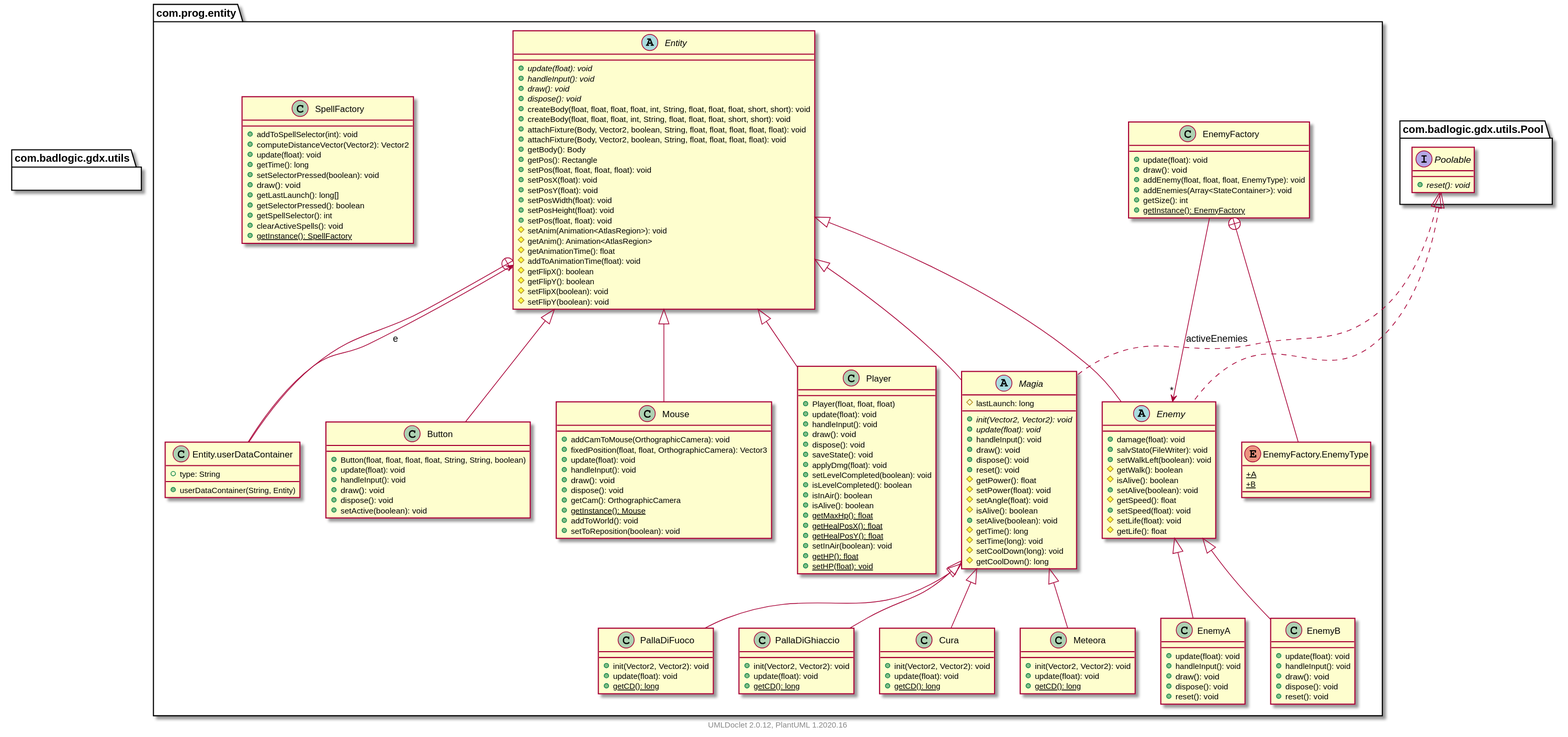
The PlantUML diagram core/build/docs/javadoc/uml/com/prog/entity/package.svg in Garma00/Evilian, before a commit. Source of this version:
```plantuml
@startuml
    namespace com.prog.entity {

        class Button [[file:/C:/Users/Utente/Desktop/Evilian/core/build/docs/javadoc/com/prog/entity/Button.html]] {
            +Button(float, float, float, float, String, String, boolean)
            +update(float): void
            +handleInput(): void
            +draw(): void
            +dispose(): void
            +setActive(boolean): void
        }

        class Cura [[file:/C:/Users/Utente/Desktop/Evilian/core/build/docs/javadoc/com/prog/entity/Cura.html]] {
            +init(Vector2, Vector2): void
            +update(float): void
            {static} +getCD(): long
        }

        abstract class Enemy [[file:/C:/Users/Utente/Desktop/Evilian/core/build/docs/javadoc/com/prog/entity/Enemy.html]] {
            +damage(float): void
            +salvStato(FileWriter): void
            +setWalkLeft(boolean): void
            #getWalk(): boolean
            #isAlive(): boolean
            +setAlive(boolean): void
            #getSpeed(): float
            +setSpeed(float): void
            #setLife(float): void
            #getLife(): float
        }

        class EnemyA [[file:/C:/Users/Utente/Desktop/Evilian/core/build/docs/javadoc/com/prog/entity/EnemyA.html]] {
            +update(float): void
            +handleInput(): void
            +draw(): void
            +dispose(): void
            +reset(): void
        }

        class EnemyB [[file:/C:/Users/Utente/Desktop/Evilian/core/build/docs/javadoc/com/prog/entity/EnemyB.html]] {
            +update(float): void
            +handleInput(): void
            +draw(): void
            +dispose(): void
            +reset(): void
        }

        class EnemyFactory [[file:/C:/Users/Utente/Desktop/Evilian/core/build/docs/javadoc/com/prog/entity/EnemyFactory.html]] {
            +update(float): void
            +draw(): void
            +addEnemy(float, float, float, EnemyType): void
            +addEnemies(Array<StateContainer>): void
            +getSize(): int
            {static} +getInstance(): EnemyFactory
        }

        enum com.prog.entity.EnemyFactory.EnemyType [[file:/C:/Users/Utente/Desktop/Evilian/core/build/docs/javadoc/com/prog/entity/EnemyFactory.EnemyType.html]] {
            {static} +A
            {static} +B
        }

        abstract class Entity [[file:/C:/Users/Utente/Desktop/Evilian/core/build/docs/javadoc/com/prog/entity/Entity.html]] {
            {abstract} +update(float): void
            {abstract} +handleInput(): void
            {abstract} +draw(): void
            {abstract} +dispose(): void
            +createBody(float, float, float, float, int, String, float, float, float, short, short): void
            +createBody(float, float, float, int, String, float, float, float, short, short): void
            +attachFixture(Body, Vector2, boolean, String, float, float, float, float, float): void
            +attachFixture(Body, Vector2, boolean, String, float, float, float, float): void
            +getBody(): Body
            +getPos(): Rectangle
            +setPos(float, float, float, float): void
            +setPosX(float): void
            +setPosY(float): void
            +setPosWidth(float): void
            +setPosHeight(float): void
            +setPos(float, float): void
            #setAnim(Animation<AtlasRegion>): void
            #getAnim(): Animation<AtlasRegion>
            #getAnimationTime(): float
            #addToAnimationTime(float): void
            #getFlipX(): boolean
            #getFlipY(): boolean
            #setFlipX(boolean): void
            #setFlipY(boolean): void
        }

        class com.prog.entity.Entity.userDataContainer [[file:/C:/Users/Utente/Desktop/Evilian/core/build/docs/javadoc/com/prog/entity/Entity.userDataContainer.html]] {
            +type: String
            +userDataContainer(String, Entity)
        }

        abstract class Magia [[file:/C:/Users/Utente/Desktop/Evilian/core/build/docs/javadoc/com/prog/entity/Magia.html]] {
            #lastLaunch: long
            {abstract} +init(Vector2, Vector2): void
            {abstract} +update(float): void
            +handleInput(): void
            +draw(): void
            +dispose(): void
            +reset(): void
            #getPower(): float
            #setPower(float): void
            #setAngle(float): void
            #isAlive(): boolean
            +setAlive(boolean): void
            #getTime(): long
            #setTime(long): void
            #setCoolDown(long): void
            #getCoolDown(): long
        }

        class Meteora [[file:/C:/Users/Utente/Desktop/Evilian/core/build/docs/javadoc/com/prog/entity/Meteora.html]] {
            +init(Vector2, Vector2): void
            +update(float): void
            {static} +getCD(): long
        }

        class Mouse [[file:/C:/Users/Utente/Desktop/Evilian/core/build/docs/javadoc/com/prog/entity/Mouse.html]] {
            +addCamToMouse(OrthographicCamera): void
            +fixedPosition(float, float, OrthographicCamera): Vector3
            +update(float): void
            +handleInput(): void
            +draw(): void
            +dispose(): void
            +getCam(): OrthographicCamera
            {static} +getInstance(): Mouse
            +addToWorld(): void
            +setToReposition(boolean): void
        }

        class PallaDiFuoco [[file:/C:/Users/Utente/Desktop/Evilian/core/build/docs/javadoc/com/prog/entity/PallaDiFuoco.html]] {
            +init(Vector2, Vector2): void
            +update(float): void
            {static} +getCD(): long
        }

        class PallaDiGhiaccio [[file:/C:/Users/Utente/Desktop/Evilian/core/build/docs/javadoc/com/prog/entity/PallaDiGhiaccio.html]] {
            +init(Vector2, Vector2): void
            +update(float): void
            {static} +getCD(): long
        }

        class Player [[file:/C:/Users/Utente/Desktop/Evilian/core/build/docs/javadoc/com/prog/entity/Player.html]] {
            +Player(float, float, float)
            +update(float): void
            +handleInput(): void
            +draw(): void
            +dispose(): void
            +saveState(): void
            +applyDmg(float): void
            +setLevelCompleted(boolean): void
            +isLevelCompleted(): boolean
            +isInAir(): boolean
            +isAlive(): boolean
            {static} +getMaxHp(): float
            {static} +getHealPosX(): float
            {static} +getHealPosY(): float
            +setInAir(boolean): void
            {static} +getHP(): float
            {static} +setHP(float): void
        }

        class SpellFactory [[file:/C:/Users/Utente/Desktop/Evilian/core/build/docs/javadoc/com/prog/entity/SpellFactory.html]] {
            +addToSpellSelector(int): void
            +computeDistanceVector(Vector2): Vector2
            +update(float): void
            +getTime(): long
            +setSelectorPressed(boolean): void
            +draw(): void
            +getLastLaunch(): long[]
            +getSelectorPressed(): boolean
            +getSpellSelector(): int
            +clearActiveSpells(): void
            {static} +getInstance(): SpellFactory
        }

        Entity <|-- Button
        Magia <|-- Cura
        Entity <|-- Enemy
        com.badlogic.gdx.utils.Pool.Poolable <|.. Enemy
        Enemy <|-- EnemyA
        Enemy <|-- EnemyB
        EnemyFactory --> "*" Enemy: activeEnemies
        EnemyFactory +-- com.prog.entity.EnemyFactory.EnemyType
        Entity +-- com.prog.entity.Entity.userDataContainer
        com.prog.entity.Entity.userDataContainer --> Entity: e
        Entity <|-- Magia
        com.badlogic.gdx.utils.Pool.Poolable <|.. Magia
        Magia <|-- Meteora
        Entity <|-- Mouse
        Magia <|-- PallaDiFuoco
        Magia <|-- PallaDiGhiaccio
        Entity <|-- Player
    }

    namespace com.badlogic.gdx.utils {
        interface com.badlogic.gdx.utils.Pool.Poolable {
            {abstract} +reset(): void
        }
    }

    center footer UMLDoclet 2.0.12, PlantUML 1.2020.16
@enduml
```
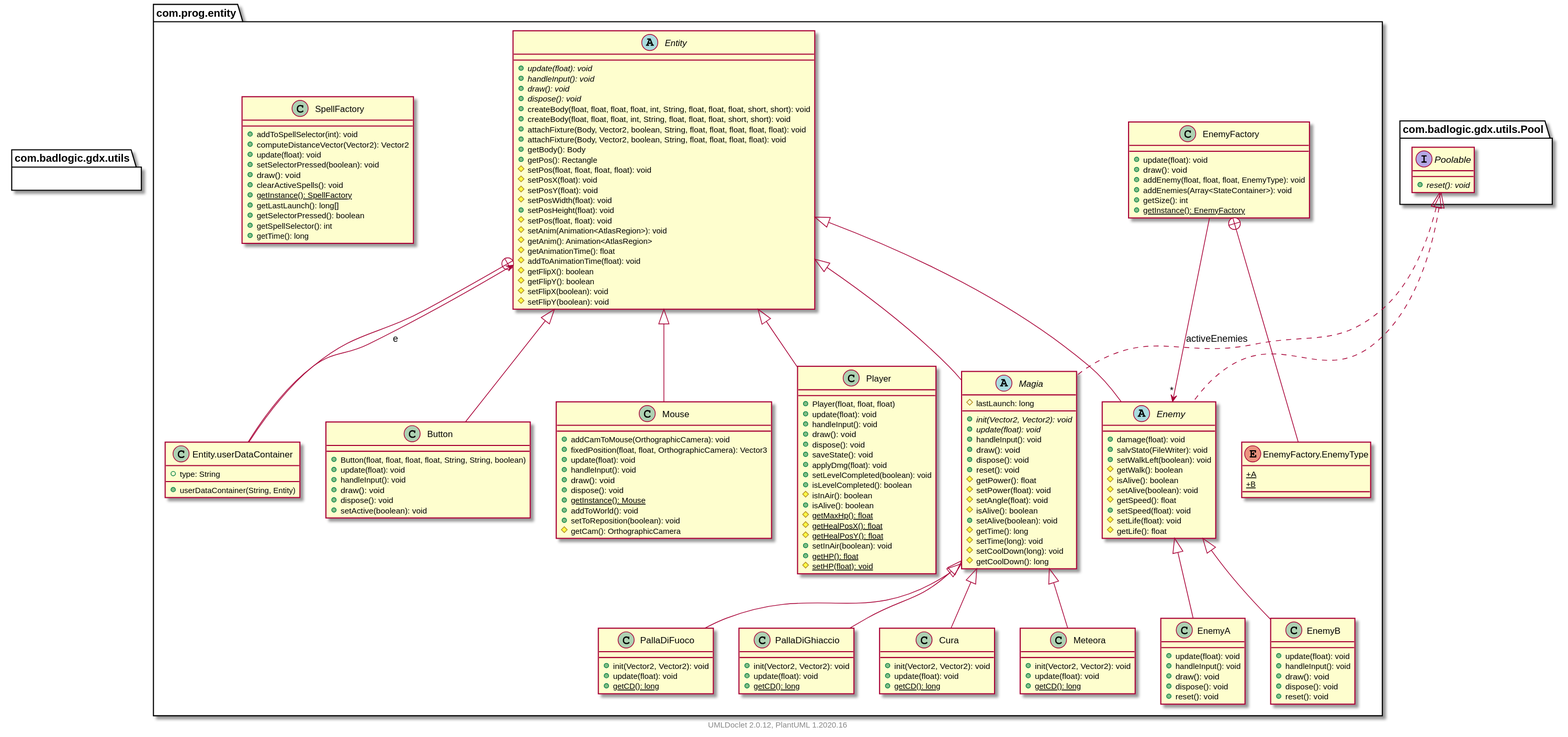
The same diagram one commit later.

The edit, as a diff of the source:
```diff
@@ -22,7 +22,7 @@
             +setWalkLeft(boolean): void
             #getWalk(): boolean
             #isAlive(): boolean
-            +setAlive(boolean): void
+            #setAlive(boolean): void
             #getSpeed(): float
             +setSpeed(float): void
             #setLife(float): void
@@ -70,12 +70,12 @@
             +attachFixture(Body, Vector2, boolean, String, float, float, float, float): void
             +getBody(): Body
             +getPos(): Rectangle
-            +setPos(float, float, float, float): void
-            +setPosX(float): void
-            +setPosY(float): void
-            +setPosWidth(float): void
+            #setPos(float, float, float, float): void
+            #setPosX(float): void
+            #setPosY(float): void
+            #setPosWidth(float): void
             +setPosHeight(float): void
-            +setPos(float, float): void
+            #setPos(float, float): void
             #setAnim(Animation<AtlasRegion>): void
             #getAnim(): Animation<AtlasRegion>
             #getAnimationTime(): float
@@ -123,10 +123,10 @@
             +handleInput(): void
             +draw(): void
             +dispose(): void
-            +getCam(): OrthographicCamera
             {static} +getInstance(): Mouse
             +addToWorld(): void
             +setToReposition(boolean): void
+            #getCam(): OrthographicCamera
         }
 
         class PallaDiFuoco [[file:/C:/Users/Utente/Desktop/Evilian/core/build/docs/javadoc/com/prog/entity/PallaDiFuoco.html]] {
@@ -151,28 +151,28 @@
             +applyDmg(float): void
             +setLevelCompleted(boolean): void
             +isLevelCompleted(): boolean
-            +isInAir(): boolean
+            #isInAir(): boolean
             +isAlive(): boolean
-            {static} +getMaxHp(): float
-            {static} +getHealPosX(): float
-            {static} +getHealPosY(): float
+            {static} #getMaxHp(): float
+            {static} #getHealPosX(): float
+            {static} #getHealPosY(): float
             +setInAir(boolean): void
             {static} +getHP(): float
-            {static} +setHP(float): void
+            {static} #setHP(float): void
         }
 
         class SpellFactory [[file:/C:/Users/Utente/Desktop/Evilian/core/build/docs/javadoc/com/prog/entity/SpellFactory.html]] {
             +addToSpellSelector(int): void
             +computeDistanceVector(Vector2): Vector2
             +update(float): void
-            +getTime(): long
             +setSelectorPressed(boolean): void
             +draw(): void
+            +clearActiveSpells(): void
+            {static} +getInstance(): SpellFactory
             +getLastLaunch(): long[]
             +getSelectorPressed(): boolean
             +getSpellSelector(): int
-            +clearActiveSpells(): void
-            {static} +getInstance(): SpellFactory
+            +getTime(): long
         }
 
         Entity <|-- Button
```
